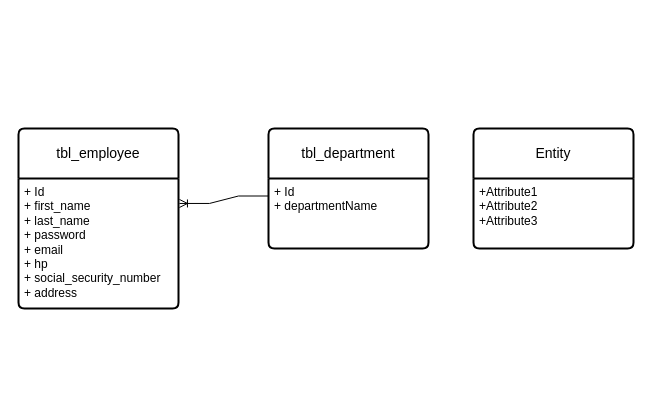
jarisiber/layer-architecture keeps this draw.io diagram as page "Tables" (2 of 5) of LayerAcrhitectureHRIS.drawio. Above is the earlier version. Source tidied: cells renumbered, new cells numbered last; positions are measured from the earlier drawing's top-left corner, leaving out a move shared by most shapes. Both pictures are drawn from the tidied source at 100%, with x=0, y=0 at pixel (18, 128).
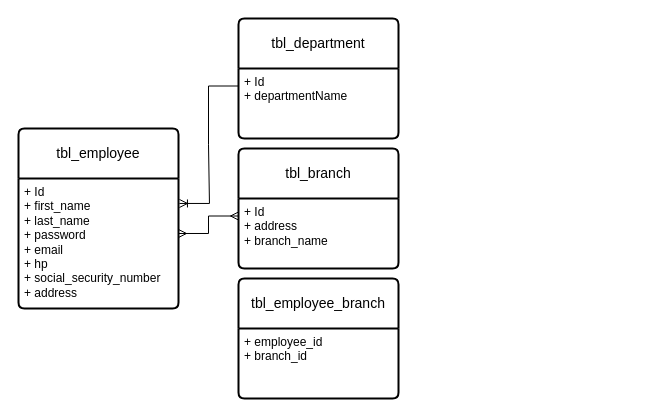
The same page after the edit.

What changed in the source:
```diff
@@
 <mxGraphModel>
   <root>
     <mxCell id="0" />
     <mxCell id="1" parent="0" />
     <mxCell id="2" value="tbl_employee" style="swimlane;horizontal=1;startSize=50;rounded=1;fontSize=14;fontStyle=0;strokeWidth=2;shadow=0;dashed=0;align=center;arcSize=4;whiteSpace=wrap;html=1;" parent="1" vertex="1">
       <mxGeometry width="160" height="180" as="geometry" />
     </mxCell>
     <mxCell id="3" value="+ Id&lt;br&gt;+ first_name&lt;br&gt;+ last_name&lt;br&gt;+ password&lt;br&gt;+ email&lt;br&gt;+ hp&lt;br&gt;+ social_security_number&lt;br&gt;+ address" style="align=left;strokeColor=none;fillColor=none;spacingLeft=4;fontSize=12;verticalAlign=top;html=1;" parent="2" vertex="1">
       <mxGeometry y="50" width="160" height="130" as="geometry" />
     </mxCell>
     <mxCell id="4" value="tbl_department" style="swimlane;horizontal=1;startSize=50;rounded=1;fontSize=14;fontStyle=0;strokeWidth=2;shadow=0;dashed=0;align=center;arcSize=4;whiteSpace=wrap;html=1;" parent="1" vertex="1">
-      <mxGeometry x="250" width="160" height="120" as="geometry" />
+      <mxGeometry x="220" y="-110" width="160" height="120" as="geometry" />
     </mxCell>
     <mxCell id="5" value="+ Id&lt;br&gt;+ departmentName" style="align=left;strokeColor=none;fillColor=none;spacingLeft=4;fontSize=12;verticalAlign=top;html=1;" parent="4" vertex="1">
       <mxGeometry y="50" width="160" height="70" as="geometry" />
     </mxCell>
-    <mxCell id="6" value="Entity" style="swimlane;horizontal=1;startSize=50;rounded=1;fontSize=14;fontStyle=0;strokeWidth=2;shadow=0;dashed=0;align=center;arcSize=4;whiteSpace=wrap;html=1;" parent="1" vertex="1">
-      <mxGeometry x="455" width="160" height="120" as="geometry" />
+    <mxCell id="6" value="tbl_branch" style="swimlane;horizontal=1;startSize=50;rounded=1;fontSize=14;fontStyle=0;strokeWidth=2;shadow=0;dashed=0;align=center;arcSize=4;whiteSpace=wrap;html=1;" parent="1" vertex="1">
+      <mxGeometry x="220" y="20" width="160" height="120" as="geometry" />
     </mxCell>
-    <mxCell id="7" value="+Attribute1&#10;+Attribute2&#10;+Attribute3" style="align=left;strokeColor=none;fillColor=none;spacingLeft=4;fontSize=12;verticalAlign=top;html=1;" parent="6" vertex="1">
+    <mxCell id="7" value="+ Id&lt;br&gt;+ address&lt;br&gt;+ branch_name" style="align=left;strokeColor=none;fillColor=none;spacingLeft=4;fontSize=12;verticalAlign=top;html=1;" parent="6" vertex="1">
       <mxGeometry y="50" width="160" height="70" as="geometry" />
     </mxCell>
     <mxCell id="8" style="edgeStyle=entityRelationEdgeStyle;fontSize=12;html=1;endArrow=ERoneToMany;rounded=0;entryX=1.006;entryY=0.192;entryDx=0;entryDy=0;entryPerimeter=0;exitX=0;exitY=0.25;exitDx=0;exitDy=0;" parent="1" edge="1" source="5" target="3">
       <mxGeometry relative="1" as="geometry" />
     </mxCell>
+    <mxCell id="9" style="edgeStyle=entityRelationEdgeStyle;fontSize=12;html=1;endArrow=ERmany;startArrow=ERmany;rounded=0;exitX=0;exitY=0.25;exitDx=0;exitDy=0;entryX=1;entryY=0.423;entryDx=0;entryDy=0;entryPerimeter=0;" parent="1" edge="1" source="7" target="3">
+      <mxGeometry relative="1" as="geometry" />
+    </mxCell>
+    <mxCell id="10" value="tbl_employee_branch" style="swimlane;horizontal=1;startSize=50;rounded=1;fontSize=14;fontStyle=0;strokeWidth=2;shadow=0;dashed=0;align=center;arcSize=4;whiteSpace=wrap;html=1;" parent="1" vertex="1">
+      <mxGeometry x="220" y="150" width="160" height="120" as="geometry" />
+    </mxCell>
+    <mxCell id="11" value="+ employee_id&lt;br&gt;+ branch_id" style="align=left;strokeColor=none;fillColor=none;spacingLeft=4;fontSize=12;verticalAlign=top;html=1;" parent="10" vertex="1">
+      <mxGeometry y="50" width="160" height="70" as="geometry" />
+    </mxCell>
   </root>
 </mxGraphModel>
```
